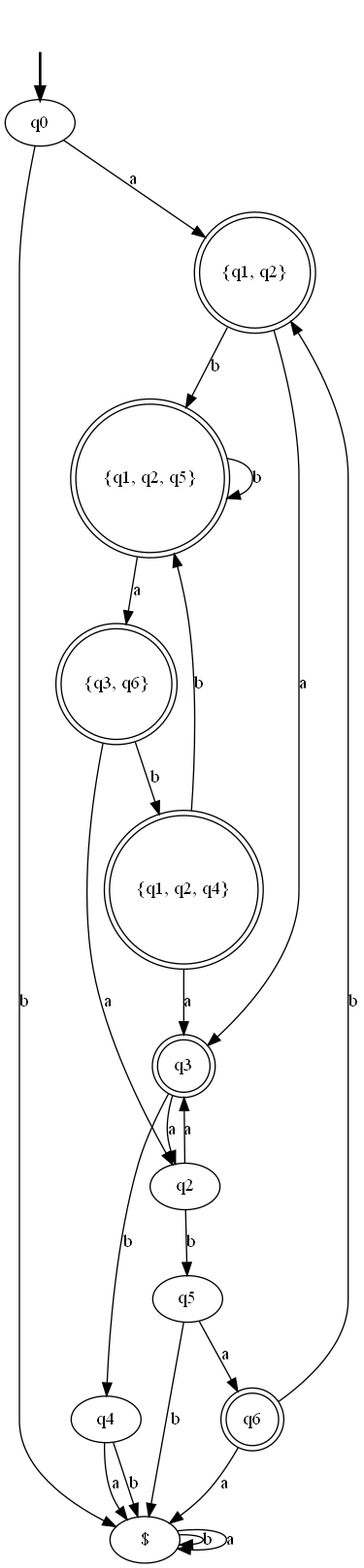
Earlier version of the Graphviz export Outputs/file4.gv.png (MohammadMahdiJavid/TLA_FSM). Its source is kept beside it as Outputs/file4.gv.
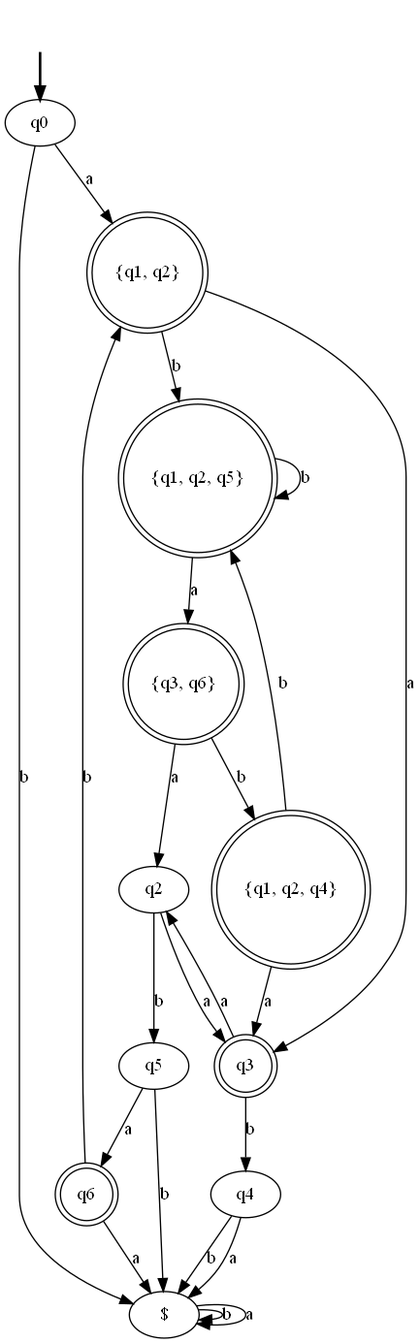
After the change.

Diff of the diagram source:
```diff
@@ -1,16 +1,16 @@
 digraph {
 	fake [style=invisible]
+	q4
+	q6 [shape=doublecircle]
 	q0 [root=true]
+	"$"
+	"{q3, q6}" [shape=doublecircle]
+	q2
+	"{q1, q2, q5}" [shape=doublecircle]
+	q5
 	"{q1, q2}" [shape=doublecircle]
-	q2
-	"{q3, q6}" [shape=doublecircle]
+	"{q1, q2, q4}" [shape=doublecircle]
 	q3 [shape=doublecircle]
-	q5
-	"$"
-	q4
-	"{q1, q2, q5}" [shape=doublecircle]
-	"{q1, q2, q4}" [shape=doublecircle]
-	q6 [shape=doublecircle]
 	fake -> q0 [style=bold]
 	q0 -> "$" [label=b]
 	q0 -> "{q1, q2}" [label=a]
```
